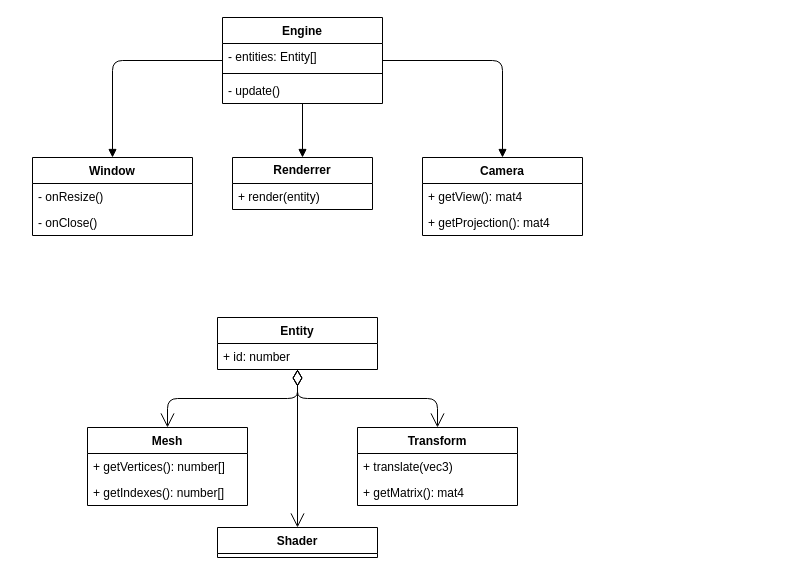
The draw.io diagram engine.drawio in asimaruk/GGenie, before the edit. Source tidied: cells renumbered, new cells numbered last; positions are measured from the earlier drawing's top-left corner, leaving out a move shared by most shapes. Both pictures are drawn from the tidied source at 100%, with x=0, y=0 at pixel (32, 17).
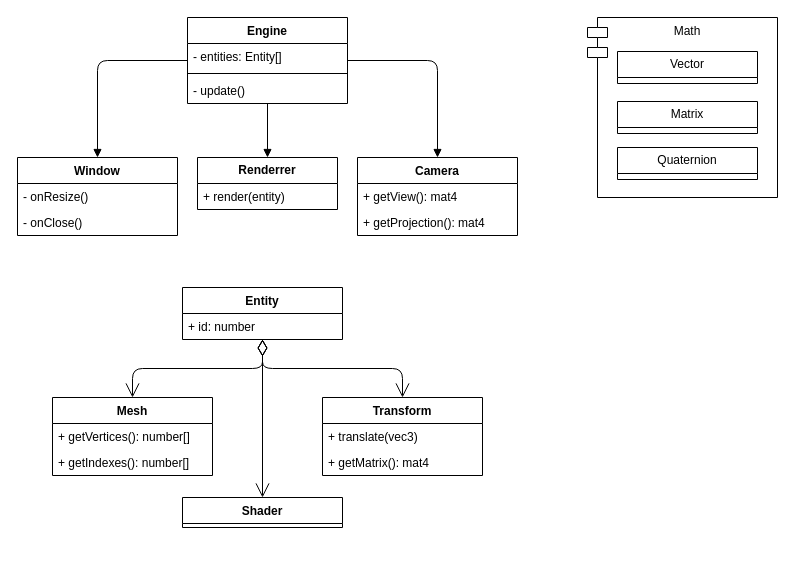
The same page after the edit.

Diff of the diagram source:
```diff
@@
     <mxCell id="2" value="Window" style="swimlane;fontStyle=1;align=center;verticalAlign=top;horizontal=1;startSize=26;whiteSpace=wrap;html=1;rounded=0;" parent="1" vertex="1">
-      <mxGeometry y="140" width="160" height="78" as="geometry" />
+      <mxGeometry x="-15" y="140" width="160" height="78" as="geometry" />
     </mxCell>
@@
     <mxCell id="5" value="Engine" style="swimlane;fontStyle=1;align=center;verticalAlign=top;horizontal=1;startSize=26;whiteSpace=wrap;html=1;rounded=0;" parent="1" vertex="1">
-      <mxGeometry x="190" width="160" height="86" as="geometry" />
+      <mxGeometry x="155" width="160" height="86" as="geometry" />
     </mxCell>
@@
     <mxCell id="9" value="Mesh" style="swimlane;fontStyle=1;align=center;verticalAlign=top;horizontal=1;startSize=26;whiteSpace=wrap;html=1;rounded=0;" parent="1" vertex="1">
-      <mxGeometry x="55" y="410" width="160" height="78" as="geometry" />
+      <mxGeometry x="20" y="380" width="160" height="78" as="geometry" />
     </mxCell>
@@
     <mxCell id="12" value="&lt;b&gt;Renderrer&lt;/b&gt;" style="swimlane;fontStyle=0;horizontal=1;startSize=26;whiteSpace=wrap;html=1;rounded=0;" parent="1" vertex="1">
-      <mxGeometry x="200" y="140" width="140" height="52" as="geometry" />
+      <mxGeometry x="165" y="140" width="140" height="52" as="geometry" />
     </mxCell>
@@
     <mxCell id="14" value="Shader" style="swimlane;fontStyle=1;align=center;verticalAlign=top;horizontal=1;startSize=26;whiteSpace=wrap;html=1;" parent="1" vertex="1">
-      <mxGeometry x="185" y="510" width="160" height="30" as="geometry" />
+      <mxGeometry x="150" y="480" width="160" height="30" as="geometry" />
     </mxCell>
@@
     <mxCell id="17" value="Camera" style="swimlane;fontStyle=1;align=center;verticalAlign=top;horizontal=1;startSize=26;whiteSpace=wrap;html=1;" parent="1" vertex="1">
-      <mxGeometry x="390" y="140" width="160" height="78" as="geometry" />
+      <mxGeometry x="325" y="140" width="160" height="78" as="geometry" />
     </mxCell>
@@
     <mxCell id="21" value="Entity" style="swimlane;fontStyle=1;align=center;verticalAlign=top;horizontal=1;startSize=26;whiteSpace=wrap;html=1;" parent="1" vertex="1">
-      <mxGeometry x="185" y="300" width="160" height="52" as="geometry" />
+      <mxGeometry x="150" y="270" width="160" height="52" as="geometry" />
     </mxCell>
@@
     <mxCell id="25" value="Transform" style="swimlane;fontStyle=1;align=center;verticalAlign=top;horizontal=1;startSize=26;whiteSpace=wrap;html=1;" parent="1" vertex="1">
-      <mxGeometry x="325" y="410" width="160" height="78" as="geometry" />
+      <mxGeometry x="290" y="380" width="160" height="78" as="geometry" />
     </mxCell>
@@
+    <mxCell id="29" style="group;" parent="1" vertex="1">
+      <mxGeometry x="555" width="190" height="180" as="geometry" />
+    </mxCell>
+    <mxCell id="30" value="Math" style="shape=module;align=left;spacingLeft=10;align=center;verticalAlign=top;whiteSpace=wrap;html=1;" parent="29" vertex="1">
+      <mxGeometry width="190" height="180" as="geometry" />
+    </mxCell>
+    <mxCell id="31" value="Vector" style="swimlane;fontStyle=0;horizontal=1;startSize=26;fillColor=none;whiteSpace=wrap;html=1;" parent="29" vertex="1">
+      <mxGeometry x="30" y="34" width="140" height="32" as="geometry" />
+    </mxCell>
+    <mxCell id="32" value="Matrix" style="swimlane;fontStyle=0;horizontal=1;startSize=26;fillColor=none;whiteSpace=wrap;html=1;" parent="29" vertex="1">
+      <mxGeometry x="30" y="84" width="140" height="32" as="geometry" />
+    </mxCell>
+    <mxCell id="33" value="Quaternion" style="swimlane;fontStyle=0;horizontal=1;startSize=26;fillColor=none;whiteSpace=wrap;html=1;" parent="29" vertex="1">
+      <mxGeometry x="30" y="130" width="140" height="32" as="geometry" />
+    </mxCell>
```
